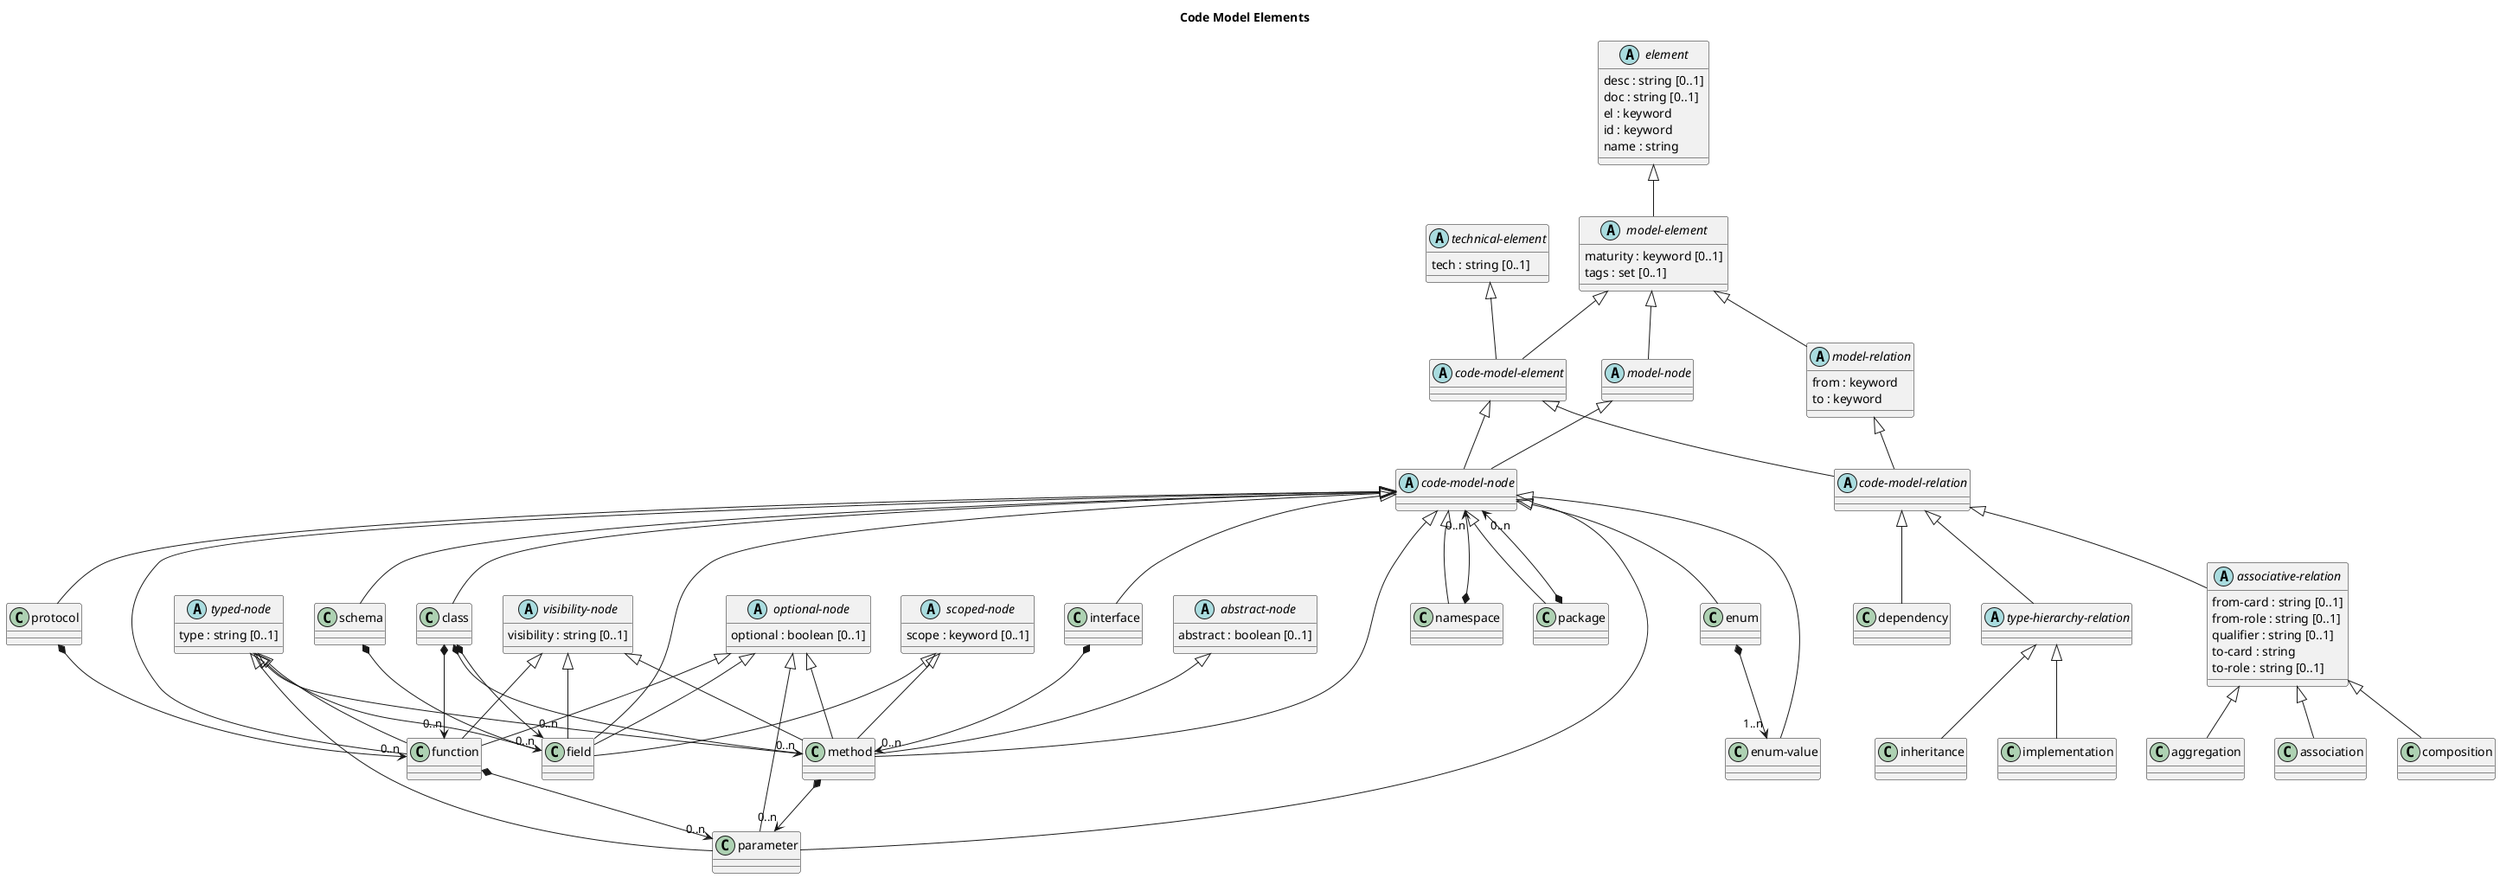
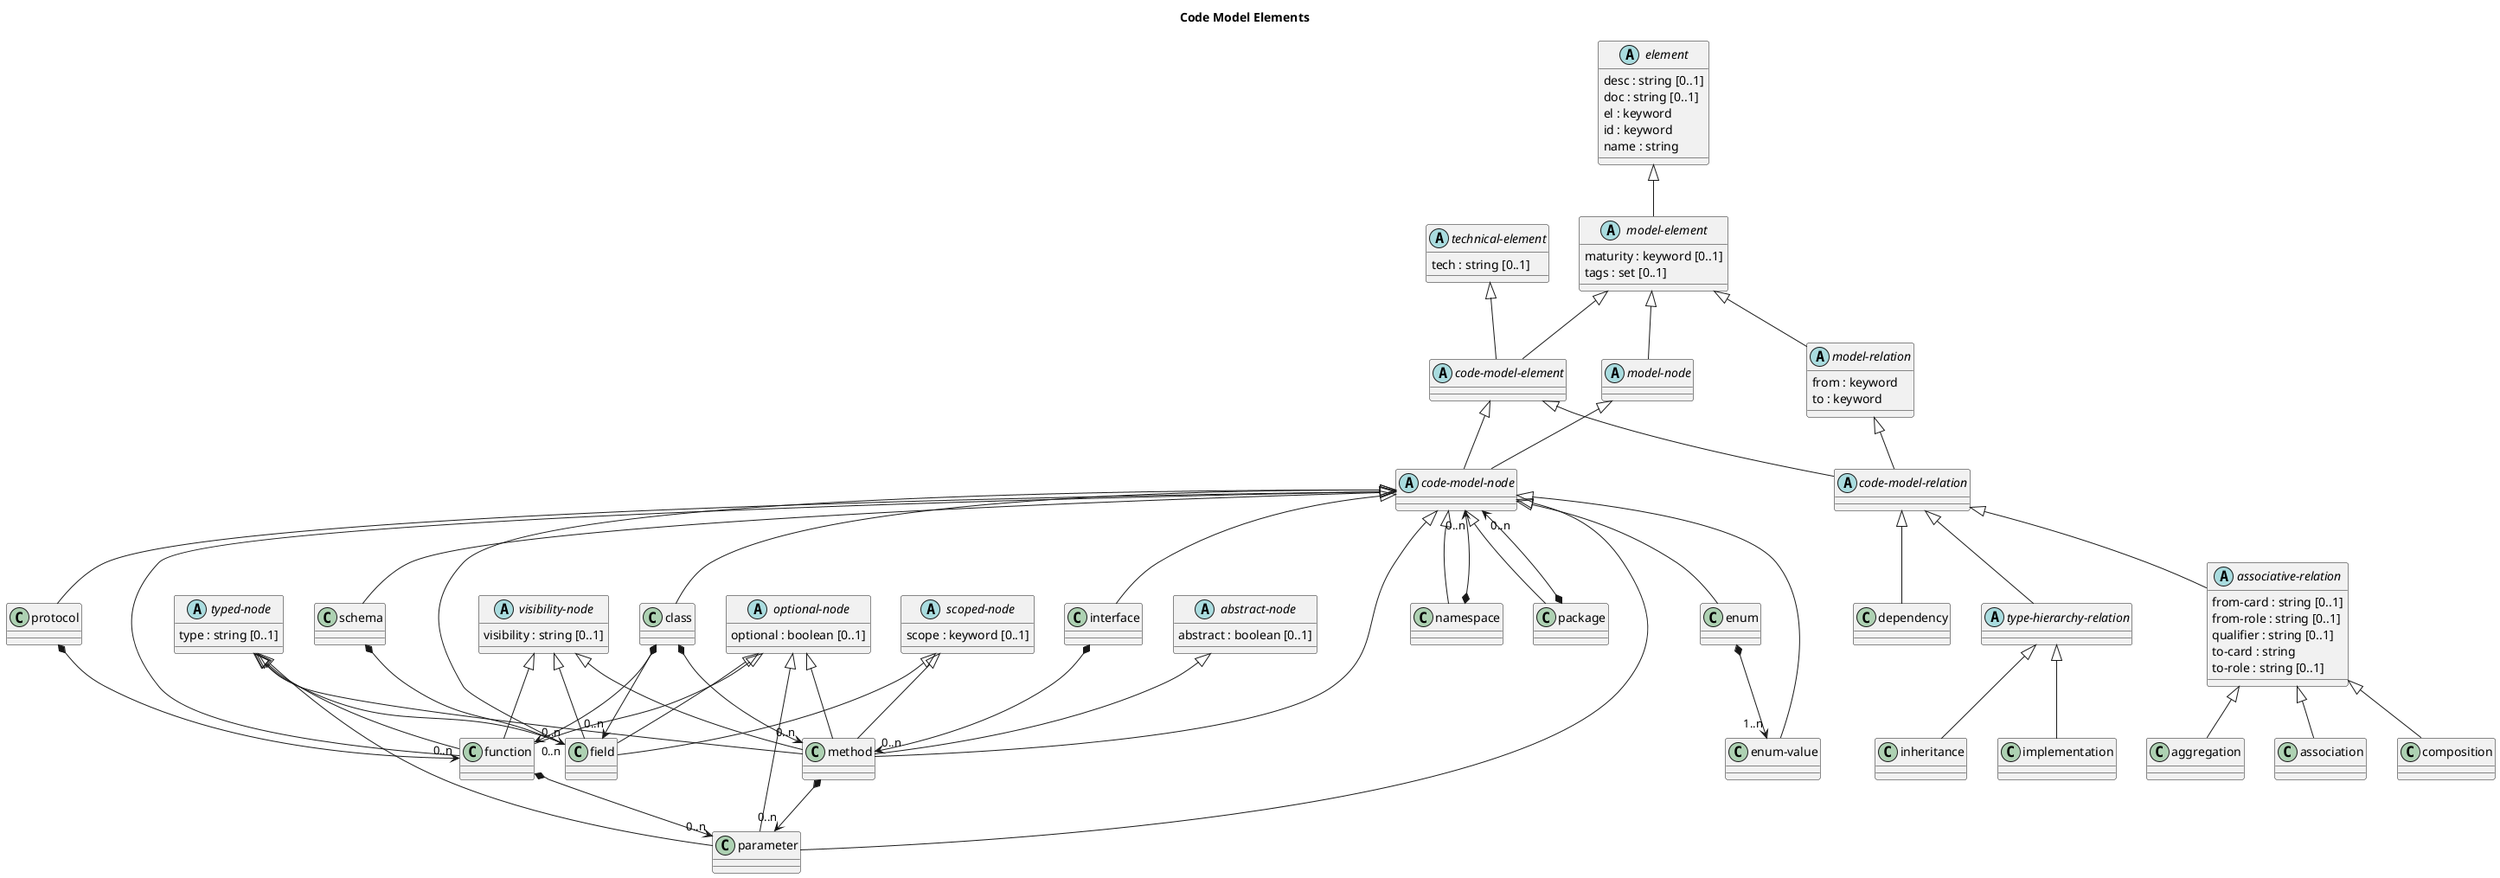
@startuml code-model-elements






title Code Model Elements

class "aggregation" as overarch_dataModel_aggregation {}
class "method" as overarch_dataModel_method {}
abstract class "type-hierarchy-relation" as overarch_dataModel_typeHierarchyRelation {}
class "enum-value" as overarch_dataModel_enumValue {}
class "field" as overarch_dataModel_field {}
class "inheritance" as overarch_dataModel_inheritance {}
class "function" as overarch_dataModel_function {}
class "parameter" as overarch_dataModel_parameter {}
- class "namespace" as overarch_dataModel_namespace {}
abstract class "scoped-node" as overarch_dataModel_scopedNode {
  scope : keyword [0..1]
}
class "association" as overarch_dataModel_association {}
abstract class "model-element" as overarch_dataModel_modelElement {
  maturity : keyword [0..1]
  tags : set [0..1]
}
- class "schema" as overarch_dataModel_schema {}
+ class "namespace" as overarch_dataModel_namespace {}
+ class "package" as overarch_dataModel_package {}
abstract class "visibility-node" as overarch_dataModel_visibilityNode {
  visibility : string [0..1]
}
abstract class "optional-node" as overarch_dataModel_optionalNode {
  optional : boolean [0..1]
}
abstract class "technical-element" as overarch_dataModel_technicalElement {
  tech : string [0..1]
}
- class "interface" as overarch_dataModel_interface {}
- class "package" as overarch_dataModel_package {}
abstract class "abstract-node" as overarch_dataModel_abstractNode {
  abstract : boolean [0..1]
}
abstract class "model-node" as overarch_dataModel_modelNode {}
class "enum" as overarch_dataModel_enum {}
abstract class "model-relation" as overarch_dataModel_modelRelation {
  from : keyword
  to : keyword
}
abstract class "typed-node" as overarch_dataModel_typedNode {
  type : string [0..1]
}
abstract class "code-model-relation" as overarch_dataModel_codeModelRelation {}
+ class "interface" as overarch_dataModel_interface {}
class "composition" as overarch_dataModel_composition {}
abstract class "code-model-node" as overarch_dataModel_codeModelNode {}
class "class" as overarch_dataModel_class {}
+ class "protocol" as overarch_dataModel_protocol {}
abstract class "associative-relation" as overarch_dataModel_associativeRelation {
  from-card : string [0..1]
  from-role : string [0..1]
  qualifier : string [0..1]
  to-card : string
  to-role : string [0..1]
}
class "implementation" as overarch_dataModel_implementation {}
abstract class "element" as overarch_dataModel_element {
  desc : string [0..1]
  doc : string [0..1]
  el : keyword
  id : keyword
  name : string
}
class "dependency" as overarch_dataModel_dependency {}
- class "protocol" as overarch_dataModel_protocol {}
+ class "schema" as overarch_dataModel_schema {}
abstract class "code-model-element" as overarch_dataModel_codeModelElement {}
overarch_dataModel_optionalNode <|-- overarch_dataModel_field
overarch_dataModel_codeModelNode <|-- overarch_dataModel_class
overarch_dataModel_namespace *-->  "0..n" overarch_dataModel_codeModelNode
overarch_dataModel_technicalElement <|-- overarch_dataModel_codeModelElement
overarch_dataModel_class *-->  "0..n" overarch_dataModel_function
overarch_dataModel_codeModelNode <|-- overarch_dataModel_enumValue
overarch_dataModel_codeModelNode <|-- overarch_dataModel_method
overarch_dataModel_codeModelNode <|-- overarch_dataModel_interface
overarch_dataModel_typedNode <|-- overarch_dataModel_function
overarch_dataModel_element <|-- overarch_dataModel_modelElement
overarch_dataModel_typedNode <|-- overarch_dataModel_field
overarch_dataModel_interface *-->  "0..n" overarch_dataModel_method
overarch_dataModel_codeModelNode <|-- overarch_dataModel_enum
overarch_dataModel_class *-->  "0..n" overarch_dataModel_method
overarch_dataModel_modelElement <|-- overarch_dataModel_modelNode
overarch_dataModel_modelNode <|-- overarch_dataModel_codeModelNode
overarch_dataModel_codeModelRelation <|-- overarch_dataModel_dependency
overarch_dataModel_codeModelNode <|-- overarch_dataModel_parameter
overarch_dataModel_package *-->  "0..n" overarch_dataModel_codeModelNode
overarch_dataModel_typeHierarchyRelation <|-- overarch_dataModel_implementation
overarch_dataModel_codeModelRelation <|-- overarch_dataModel_associativeRelation
overarch_dataModel_modelElement <|-- overarch_dataModel_modelRelation
overarch_dataModel_codeModelElement <|-- overarch_dataModel_codeModelNode
overarch_dataModel_codeModelNode <|-- overarch_dataModel_package
overarch_dataModel_codeModelNode <|-- overarch_dataModel_field
overarch_dataModel_codeModelNode <|-- overarch_dataModel_function
overarch_dataModel_abstractNode <|-- overarch_dataModel_method
overarch_dataModel_optionalNode <|-- overarch_dataModel_function
overarch_dataModel_codeModelElement <|-- overarch_dataModel_codeModelRelation
overarch_dataModel_protocol *-->  "0..n" overarch_dataModel_function
overarch_dataModel_typedNode <|-- overarch_dataModel_parameter
overarch_dataModel_typeHierarchyRelation <|-- overarch_dataModel_inheritance
overarch_dataModel_codeModelNode <|-- overarch_dataModel_schema
overarch_dataModel_codeModelNode <|-- overarch_dataModel_namespace
overarch_dataModel_codeModelNode <|-- overarch_dataModel_protocol
overarch_dataModel_codeModelRelation <|-- overarch_dataModel_typeHierarchyRelation
overarch_dataModel_visibilityNode <|-- overarch_dataModel_field
overarch_dataModel_schema *-->  "0..n" overarch_dataModel_field
overarch_dataModel_visibilityNode <|-- overarch_dataModel_method
overarch_dataModel_associativeRelation <|-- overarch_dataModel_association
overarch_dataModel_class *-->  "0..n" overarch_dataModel_field
overarch_dataModel_enum *-->  "1..n" overarch_dataModel_enumValue
overarch_dataModel_associativeRelation <|-- overarch_dataModel_aggregation
overarch_dataModel_method *-->  "0..n" overarch_dataModel_parameter
overarch_dataModel_scopedNode <|-- overarch_dataModel_method
overarch_dataModel_associativeRelation <|-- overarch_dataModel_composition
overarch_dataModel_optionalNode <|-- overarch_dataModel_parameter
overarch_dataModel_optionalNode <|-- overarch_dataModel_method
overarch_dataModel_typedNode <|-- overarch_dataModel_method
overarch_dataModel_modelRelation <|-- overarch_dataModel_codeModelRelation
overarch_dataModel_modelElement <|-- overarch_dataModel_codeModelElement
overarch_dataModel_function *-->  "0..n" overarch_dataModel_parameter
overarch_dataModel_visibilityNode <|-- overarch_dataModel_function
overarch_dataModel_scopedNode <|-- overarch_dataModel_field
@enduml
